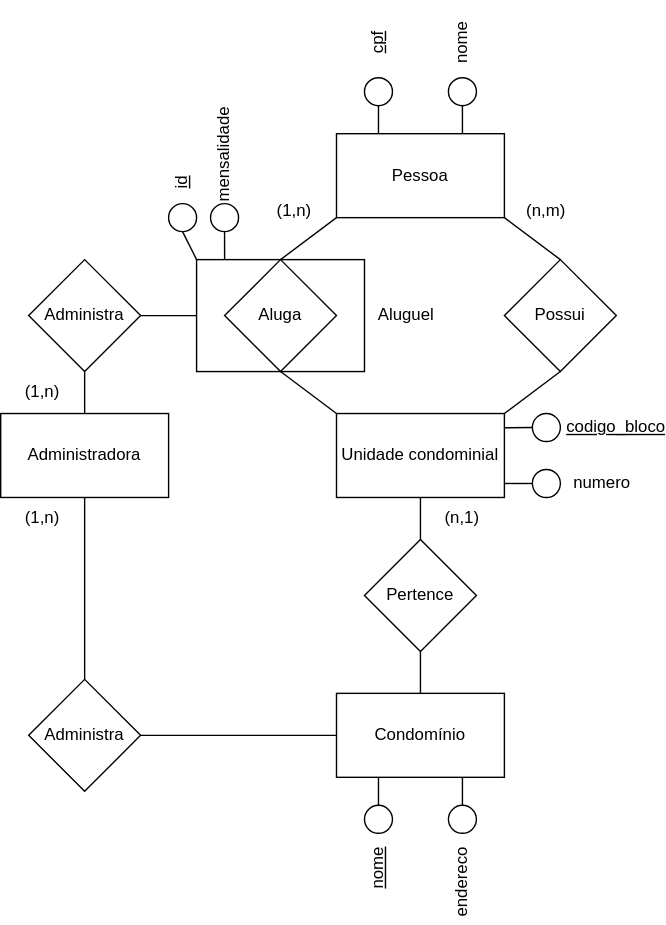
This is Lista1_28-03/Ex1.svg from andreeeeeeeee/Engenharia_Software, a draw.io export, as it was before one commit. Source tidied: cells renumbered, new cells last; positions are measured from the earlier drawing's top-left corner, leaving out a move shared by most shapes. Source of this version:
```xml
<mxGraphModel>
  <root>
    <mxCell id="0" />
    <mxCell id="1" parent="0" />
    <mxCell id="2" style="rounded=0;whiteSpace=wrap;html=1;" parent="1" vertex="1">
      <mxGeometry x="140" y="170" width="120" height="80" as="geometry" />
    </mxCell>
    <mxCell id="3" value="Pessoa" style="rounded=0;whiteSpace=wrap;html=1;" parent="1" vertex="1">
      <mxGeometry x="240" y="80" width="120" height="60" as="geometry" />
    </mxCell>
    <mxCell id="4" value="Aluga" style="rhombus;whiteSpace=wrap;html=1;" parent="1" vertex="1">
      <mxGeometry x="160" y="170" width="80" height="80" as="geometry" />
    </mxCell>
    <mxCell id="5" style="endArrow=none;html=1;rounded=0;exitX=0.5;exitY=0;exitDx=0;exitDy=0;" parent="1" edge="1" source="4">
      <mxGeometry relative="1" as="geometry">
        <mxPoint x="240" y="140" as="targetPoint" />
      </mxGeometry>
    </mxCell>
    <mxCell id="6" value="Possui" style="rhombus;whiteSpace=wrap;html=1;" parent="1" vertex="1">
      <mxGeometry x="360" y="170" width="80" height="80" as="geometry" />
    </mxCell>
    <mxCell id="7" style="endArrow=none;html=1;rounded=0;entryX=1;entryY=1;entryDx=0;entryDy=0;exitX=0.5;exitY=0;exitDx=0;exitDy=0;" parent="1" edge="1" source="6" target="3">
      <mxGeometry relative="1" as="geometry" />
    </mxCell>
    <mxCell id="8" value="Unidade condominial" style="rounded=0;whiteSpace=wrap;html=1;" parent="1" vertex="1">
      <mxGeometry x="240" y="280" width="120" height="60" as="geometry" />
    </mxCell>
    <mxCell id="9" style="endArrow=none;html=1;rounded=0;exitX=0;exitY=0;exitDx=0;exitDy=0;" parent="1" edge="1" source="8">
      <mxGeometry relative="1" as="geometry">
        <mxPoint x="200" y="250" as="targetPoint" />
      </mxGeometry>
    </mxCell>
    <mxCell id="10" style="endArrow=none;html=1;rounded=0;entryX=0.5;entryY=1;entryDx=0;entryDy=0;" parent="1" edge="1" target="6">
      <mxGeometry relative="1" as="geometry">
        <mxPoint x="360" y="280" as="sourcePoint" />
      </mxGeometry>
    </mxCell>
    <mxCell id="11" value="(n,m)" style="text;html=1;strokeColor=none;fillColor=none;align=center;verticalAlign=middle;whiteSpace=wrap;rounded=0;" parent="1" vertex="1">
      <mxGeometry x="360" y="120" width="60" height="30" as="geometry" />
    </mxCell>
    <mxCell id="12" value="(1,n)" style="text;html=1;strokeColor=none;fillColor=none;align=center;verticalAlign=middle;whiteSpace=wrap;rounded=0;" parent="1" vertex="1">
      <mxGeometry x="180" y="120" width="60" height="30" as="geometry" />
    </mxCell>
    <mxCell id="13" value="Pertence" style="rhombus;whiteSpace=wrap;html=1;" parent="1" vertex="1">
      <mxGeometry x="260" y="370" width="80" height="80" as="geometry" />
    </mxCell>
    <mxCell id="14" style="endArrow=none;html=1;rounded=0;exitX=0.5;exitY=0;exitDx=0;exitDy=0;" parent="1" edge="1" source="13">
      <mxGeometry relative="1" as="geometry">
        <mxPoint x="300" y="340" as="targetPoint" />
      </mxGeometry>
    </mxCell>
    <mxCell id="15" value="Condomínio" style="rounded=0;whiteSpace=wrap;html=1;" parent="1" vertex="1">
      <mxGeometry x="240" y="480" width="120" height="60" as="geometry" />
    </mxCell>
    <mxCell id="16" style="endArrow=none;html=1;rounded=0;exitX=0.5;exitY=0;exitDx=0;exitDy=0;" parent="1" edge="1" source="15">
      <mxGeometry relative="1" as="geometry">
        <mxPoint x="300" y="450" as="targetPoint" />
      </mxGeometry>
    </mxCell>
    <mxCell id="17" value="(n,1)" style="text;html=1;strokeColor=none;fillColor=none;align=center;verticalAlign=middle;whiteSpace=wrap;rounded=0;" parent="1" vertex="1">
      <mxGeometry x="300" y="340" width="60" height="30" as="geometry" />
    </mxCell>
    <mxCell id="18" value="Administradora" style="rounded=0;whiteSpace=wrap;html=1;" parent="1" vertex="1">
      <mxGeometry y="280" width="120" height="60" as="geometry" />
    </mxCell>
    <mxCell id="19" value="Administra" style="rhombus;whiteSpace=wrap;html=1;" parent="1" vertex="1">
      <mxGeometry x="20" y="170" width="80" height="80" as="geometry" />
    </mxCell>
    <mxCell id="20" value="Administra" style="rhombus;whiteSpace=wrap;html=1;" parent="1" vertex="1">
      <mxGeometry x="20" y="470" width="80" height="80" as="geometry" />
    </mxCell>
    <mxCell id="21" style="endArrow=none;html=1;rounded=0;entryX=0.5;entryY=1;entryDx=0;entryDy=0;exitX=0.5;exitY=0;exitDx=0;exitDy=0;" parent="1" edge="1" source="20" target="18">
      <mxGeometry relative="1" as="geometry" />
    </mxCell>
    <mxCell id="22" style="endArrow=none;html=1;rounded=0;entryX=0;entryY=0.5;entryDx=0;entryDy=0;" parent="1" edge="1" target="15">
      <mxGeometry relative="1" as="geometry">
        <mxPoint x="100" y="510" as="sourcePoint" />
      </mxGeometry>
    </mxCell>
    <mxCell id="23" style="endArrow=none;html=1;rounded=0;exitX=0.5;exitY=0;exitDx=0;exitDy=0;" parent="1" edge="1" source="18">
      <mxGeometry relative="1" as="geometry">
        <mxPoint x="60" y="250" as="targetPoint" />
      </mxGeometry>
    </mxCell>
    <mxCell id="24" style="endArrow=none;html=1;rounded=0;entryX=0;entryY=0.5;entryDx=0;entryDy=0;" parent="1" edge="1" target="2">
      <mxGeometry relative="1" as="geometry">
        <mxPoint x="100" y="210" as="sourcePoint" />
      </mxGeometry>
    </mxCell>
    <mxCell id="25" value="(1,n)" style="text;html=1;strokeColor=none;fillColor=none;align=center;verticalAlign=middle;whiteSpace=wrap;rounded=0;" parent="1" vertex="1">
      <mxGeometry y="250" width="60" height="30" as="geometry" />
    </mxCell>
    <mxCell id="26" value="(1,n)" style="text;html=1;strokeColor=none;fillColor=none;align=center;verticalAlign=middle;whiteSpace=wrap;rounded=0;" parent="1" vertex="1">
      <mxGeometry y="340" width="60" height="30" as="geometry" />
    </mxCell>
    <mxCell id="27" style="ellipse;whiteSpace=wrap;html=1;" parent="1" vertex="1">
      <mxGeometry x="260" y="560" width="20" height="20" as="geometry" />
    </mxCell>
    <mxCell id="28" style="ellipse;whiteSpace=wrap;html=1;" parent="1" vertex="1">
      <mxGeometry x="320" y="560" width="20" height="20" as="geometry" />
    </mxCell>
    <mxCell id="29" style="endArrow=none;html=1;rounded=0;exitX=0.5;exitY=0;exitDx=0;exitDy=0;" parent="1" edge="1" source="27">
      <mxGeometry relative="1" as="geometry">
        <mxPoint x="270" y="540" as="targetPoint" />
      </mxGeometry>
    </mxCell>
    <mxCell id="30" style="endArrow=none;html=1;rounded=0;exitX=0.5;exitY=0;exitDx=0;exitDy=0;" parent="1" edge="1" source="28">
      <mxGeometry relative="1" as="geometry">
        <mxPoint x="330" y="540" as="targetPoint" />
      </mxGeometry>
    </mxCell>
    <mxCell id="31" value="endereco" style="text;html=1;strokeColor=none;fillColor=none;align=center;verticalAlign=middle;whiteSpace=wrap;rounded=0;rotation=-90;" parent="1" vertex="1">
      <mxGeometry x="300" y="600" width="60" height="30" as="geometry" />
    </mxCell>
    <mxCell id="32" value="&lt;u&gt;nome&lt;/u&gt;" style="text;html=1;strokeColor=none;fillColor=none;align=center;verticalAlign=middle;whiteSpace=wrap;rounded=0;rotation=-90;" parent="1" vertex="1">
      <mxGeometry x="240" y="590" width="60" height="30" as="geometry" />
    </mxCell>
    <mxCell id="33" style="ellipse;whiteSpace=wrap;html=1;" parent="1" vertex="1">
      <mxGeometry x="260" y="40" width="20" height="20" as="geometry" />
    </mxCell>
    <mxCell id="34" style="ellipse;whiteSpace=wrap;html=1;" parent="1" vertex="1">
      <mxGeometry x="320" y="40" width="20" height="20" as="geometry" />
    </mxCell>
    <mxCell id="35" style="endArrow=none;html=1;rounded=0;entryX=0.5;entryY=1;entryDx=0;entryDy=0;" parent="1" edge="1" target="33">
      <mxGeometry relative="1" as="geometry">
        <mxPoint x="270" y="80" as="sourcePoint" />
      </mxGeometry>
    </mxCell>
    <mxCell id="36" style="endArrow=none;html=1;rounded=0;entryX=0.5;entryY=1;entryDx=0;entryDy=0;" parent="1" edge="1" target="34">
      <mxGeometry relative="1" as="geometry">
        <mxPoint x="330" y="80" as="sourcePoint" />
      </mxGeometry>
    </mxCell>
    <mxCell id="37" value="&lt;u&gt;cpf&lt;/u&gt;" style="text;html=1;strokeColor=none;fillColor=none;align=center;verticalAlign=middle;whiteSpace=wrap;rounded=0;rotation=-90;" parent="1" vertex="1">
      <mxGeometry x="240" width="60" height="30" as="geometry" />
    </mxCell>
    <mxCell id="38" value="nome" style="text;html=1;strokeColor=none;fillColor=none;align=center;verticalAlign=middle;whiteSpace=wrap;rounded=0;rotation=-90;" parent="1" vertex="1">
      <mxGeometry x="300" width="60" height="30" as="geometry" />
    </mxCell>
    <mxCell id="39" style="ellipse;whiteSpace=wrap;html=1;" parent="1" vertex="1">
      <mxGeometry x="380" y="280" width="20" height="20" as="geometry" />
    </mxCell>
    <mxCell id="40" style="ellipse;whiteSpace=wrap;html=1;" parent="1" vertex="1">
      <mxGeometry x="380" y="320" width="20" height="20" as="geometry" />
    </mxCell>
    <mxCell id="41" style="endArrow=none;html=1;rounded=0;entryX=0;entryY=0.5;entryDx=0;entryDy=0;" parent="1" edge="1" target="40">
      <mxGeometry relative="1" as="geometry">
        <mxPoint x="360" y="330" as="sourcePoint" />
      </mxGeometry>
    </mxCell>
    <mxCell id="42" style="endArrow=none;html=1;rounded=0;exitX=0.999;exitY=0.169;exitDx=0;exitDy=0;exitPerimeter=0;" parent="1" edge="1" source="8">
      <mxGeometry relative="1" as="geometry">
        <mxPoint x="380" y="290" as="targetPoint" />
      </mxGeometry>
    </mxCell>
    <mxCell id="43" value="&lt;u&gt;codigo_bloco&lt;/u&gt;" style="text;html=1;strokeColor=none;fillColor=none;align=center;verticalAlign=middle;whiteSpace=wrap;rounded=0;" parent="1" vertex="1">
      <mxGeometry x="410" y="275" width="60" height="30" as="geometry" />
    </mxCell>
    <mxCell id="44" value="numero" style="text;html=1;strokeColor=none;fillColor=none;align=center;verticalAlign=middle;whiteSpace=wrap;rounded=0;" parent="1" vertex="1">
      <mxGeometry x="400" y="315" width="60" height="30" as="geometry" />
    </mxCell>
    <mxCell id="45" value="Aluguel" style="text;html=1;strokeColor=none;fillColor=none;align=center;verticalAlign=middle;whiteSpace=wrap;rounded=0;" parent="1" vertex="1">
      <mxGeometry x="260" y="195" width="60" height="30" as="geometry" />
    </mxCell>
    <mxCell id="46" style="ellipse;whiteSpace=wrap;html=1;" parent="1" vertex="1">
      <mxGeometry x="150" y="130" width="20" height="20" as="geometry" />
    </mxCell>
    <mxCell id="47" style="ellipse;whiteSpace=wrap;html=1;" parent="1" vertex="1">
      <mxGeometry x="120" y="130" width="20" height="20" as="geometry" />
    </mxCell>
    <mxCell id="48" style="endArrow=none;html=1;rounded=0;exitX=0.167;exitY=0;exitDx=0;exitDy=0;exitPerimeter=0;" parent="1" edge="1" source="2">
      <mxGeometry relative="1" as="geometry">
        <mxPoint x="160" y="150" as="targetPoint" />
      </mxGeometry>
    </mxCell>
    <mxCell id="49" style="endArrow=none;html=1;rounded=0;exitX=0;exitY=0;exitDx=0;exitDy=0;entryX=0.5;entryY=1;entryDx=0;entryDy=0;" parent="1" edge="1" source="2" target="47">
      <mxGeometry relative="1" as="geometry" />
    </mxCell>
    <mxCell id="50" value="mensalidade" style="text;html=1;strokeColor=none;fillColor=none;align=center;verticalAlign=middle;whiteSpace=wrap;rounded=0;rotation=-90;" parent="1" vertex="1">
      <mxGeometry x="130" y="80" width="60" height="30" as="geometry" />
    </mxCell>
    <mxCell id="51" value="&lt;u&gt;id&lt;/u&gt;" style="text;html=1;strokeColor=none;fillColor=none;align=center;verticalAlign=middle;whiteSpace=wrap;rounded=0;rotation=-90;" parent="1" vertex="1">
      <mxGeometry x="100" y="100" width="60" height="30" as="geometry" />
    </mxCell>
  </root>
</mxGraphModel>
```
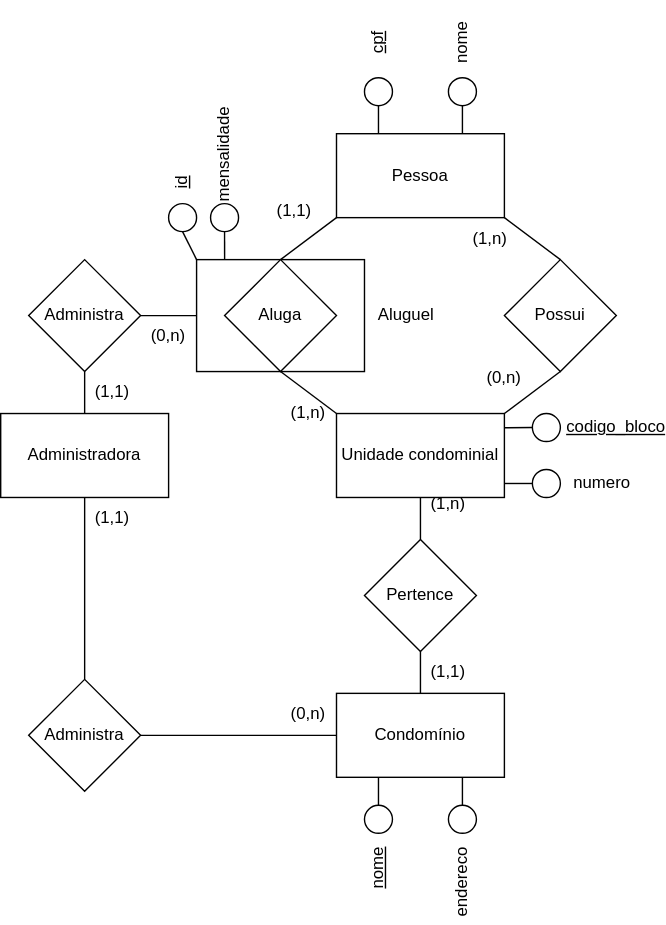
The same diagram one commit later.

Change to the diagram source:
```diff
@@ -35,10 +35,10 @@
         <mxPoint x="360" y="280" as="sourcePoint" />
       </mxGeometry>
     </mxCell>
-    <mxCell id="11" value="(n,m)" style="text;html=1;strokeColor=none;fillColor=none;align=center;verticalAlign=middle;whiteSpace=wrap;rounded=0;" parent="1" vertex="1">
-      <mxGeometry x="360" y="120" width="60" height="30" as="geometry" />
+    <mxCell id="11" value="(1,n)" style="text;html=1;strokeColor=none;fillColor=none;align=center;verticalAlign=middle;whiteSpace=wrap;rounded=0;" parent="1" vertex="1">
+      <mxGeometry x="320" y="140" width="60" height="30" as="geometry" />
     </mxCell>
-    <mxCell id="12" value="(1,n)" style="text;html=1;strokeColor=none;fillColor=none;align=center;verticalAlign=middle;whiteSpace=wrap;rounded=0;" parent="1" vertex="1">
+    <mxCell id="12" value="(1,1)" style="text;html=1;strokeColor=none;fillColor=none;align=center;verticalAlign=middle;whiteSpace=wrap;rounded=0;" parent="1" vertex="1">
       <mxGeometry x="180" y="120" width="60" height="30" as="geometry" />
     </mxCell>
     <mxCell id="13" value="Pertence" style="rhombus;whiteSpace=wrap;html=1;" parent="1" vertex="1">
@@ -57,8 +57,8 @@
         <mxPoint x="300" y="450" as="targetPoint" />
       </mxGeometry>
     </mxCell>
-    <mxCell id="17" value="(n,1)" style="text;html=1;strokeColor=none;fillColor=none;align=center;verticalAlign=middle;whiteSpace=wrap;rounded=0;" parent="1" vertex="1">
-      <mxGeometry x="300" y="340" width="60" height="30" as="geometry" />
+    <mxCell id="17" value="(1,n)" style="text;html=1;strokeColor=none;fillColor=none;align=center;verticalAlign=middle;whiteSpace=wrap;rounded=0;" parent="1" vertex="1">
+      <mxGeometry x="290" y="330" width="60" height="30" as="geometry" />
     </mxCell>
     <mxCell id="18" value="Administradora" style="rounded=0;whiteSpace=wrap;html=1;" parent="1" vertex="1">
       <mxGeometry y="280" width="120" height="60" as="geometry" />
@@ -87,11 +87,11 @@
         <mxPoint x="100" y="210" as="sourcePoint" />
       </mxGeometry>
     </mxCell>
-    <mxCell id="25" value="(1,n)" style="text;html=1;strokeColor=none;fillColor=none;align=center;verticalAlign=middle;whiteSpace=wrap;rounded=0;" parent="1" vertex="1">
-      <mxGeometry y="250" width="60" height="30" as="geometry" />
+    <mxCell id="25" value="(0,n)" style="text;html=1;strokeColor=none;fillColor=none;align=center;verticalAlign=middle;whiteSpace=wrap;rounded=0;" parent="1" vertex="1">
+      <mxGeometry x="90" y="210" width="60" height="30" as="geometry" />
     </mxCell>
-    <mxCell id="26" value="(1,n)" style="text;html=1;strokeColor=none;fillColor=none;align=center;verticalAlign=middle;whiteSpace=wrap;rounded=0;" parent="1" vertex="1">
-      <mxGeometry y="340" width="60" height="30" as="geometry" />
+    <mxCell id="26" value="(0,n)" style="text;html=1;strokeColor=none;fillColor=none;align=center;verticalAlign=middle;whiteSpace=wrap;rounded=0;" parent="1" vertex="1">
+      <mxGeometry x="190" y="480" width="60" height="30" as="geometry" />
     </mxCell>
     <mxCell id="27" style="ellipse;whiteSpace=wrap;html=1;" parent="1" vertex="1">
       <mxGeometry x="260" y="560" width="20" height="20" as="geometry" />
@@ -182,5 +182,20 @@
     <mxCell id="51" value="&lt;u&gt;id&lt;/u&gt;" style="text;html=1;strokeColor=none;fillColor=none;align=center;verticalAlign=middle;whiteSpace=wrap;rounded=0;rotation=-90;" parent="1" vertex="1">
       <mxGeometry x="100" y="100" width="60" height="30" as="geometry" />
     </mxCell>
+    <mxCell id="52" value="(1,1)" style="text;html=1;strokeColor=none;fillColor=none;align=center;verticalAlign=middle;whiteSpace=wrap;rounded=0;" parent="1" vertex="1">
+      <mxGeometry x="50" y="250" width="60" height="30" as="geometry" />
+    </mxCell>
+    <mxCell id="53" value="(1,1)" style="text;html=1;strokeColor=none;fillColor=none;align=center;verticalAlign=middle;whiteSpace=wrap;rounded=0;" parent="1" vertex="1">
+      <mxGeometry x="50" y="340" width="60" height="30" as="geometry" />
+    </mxCell>
+    <mxCell id="54" value="(1,1)" style="text;html=1;strokeColor=none;fillColor=none;align=center;verticalAlign=middle;whiteSpace=wrap;rounded=0;" parent="1" vertex="1">
+      <mxGeometry x="290" y="450" width="60" height="30" as="geometry" />
+    </mxCell>
+    <mxCell id="55" value="(1,n)" style="text;html=1;strokeColor=none;fillColor=none;align=center;verticalAlign=middle;whiteSpace=wrap;rounded=0;" parent="1" vertex="1">
+      <mxGeometry x="190" y="265" width="60" height="30" as="geometry" />
+    </mxCell>
+    <mxCell id="56" value="(0,n)" style="text;html=1;strokeColor=none;fillColor=none;align=center;verticalAlign=middle;whiteSpace=wrap;rounded=0;" parent="1" vertex="1">
+      <mxGeometry x="330" y="240" width="60" height="30" as="geometry" />
+    </mxCell>
   </root>
 </mxGraphModel>
```
